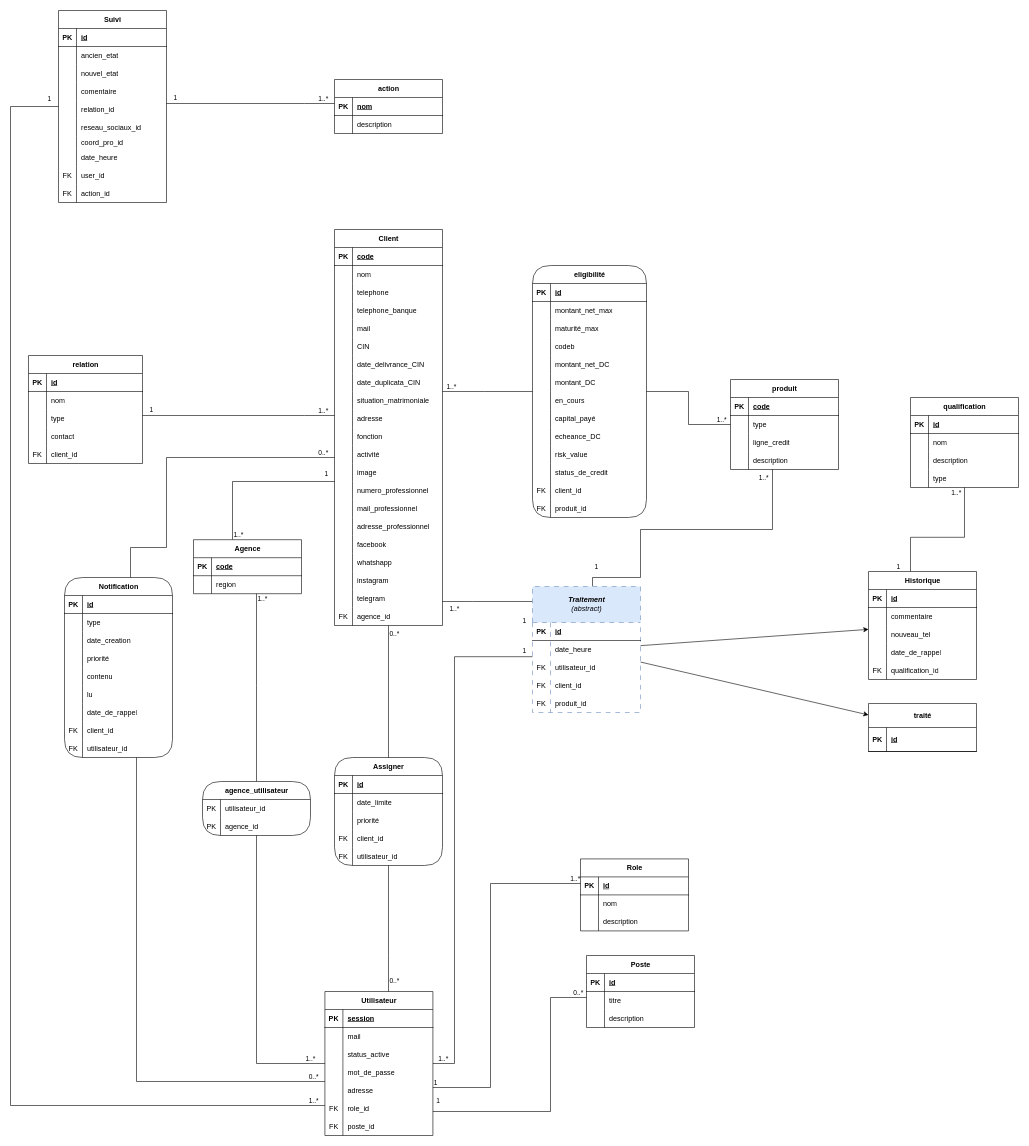
34arsonEddy/ABM keeps this draw.io diagram as presentationMCD-ABM-BLIPP.drawio. Above is the earlier version. Source tidied: cells renumbered, new cells numbered last; positions are measured from the earlier drawing's top-left corner, leaving out a move shared by most shapes. Both pictures are drawn from the tidied source at 60%, with x=0, y=0 at pixel (10, 10).
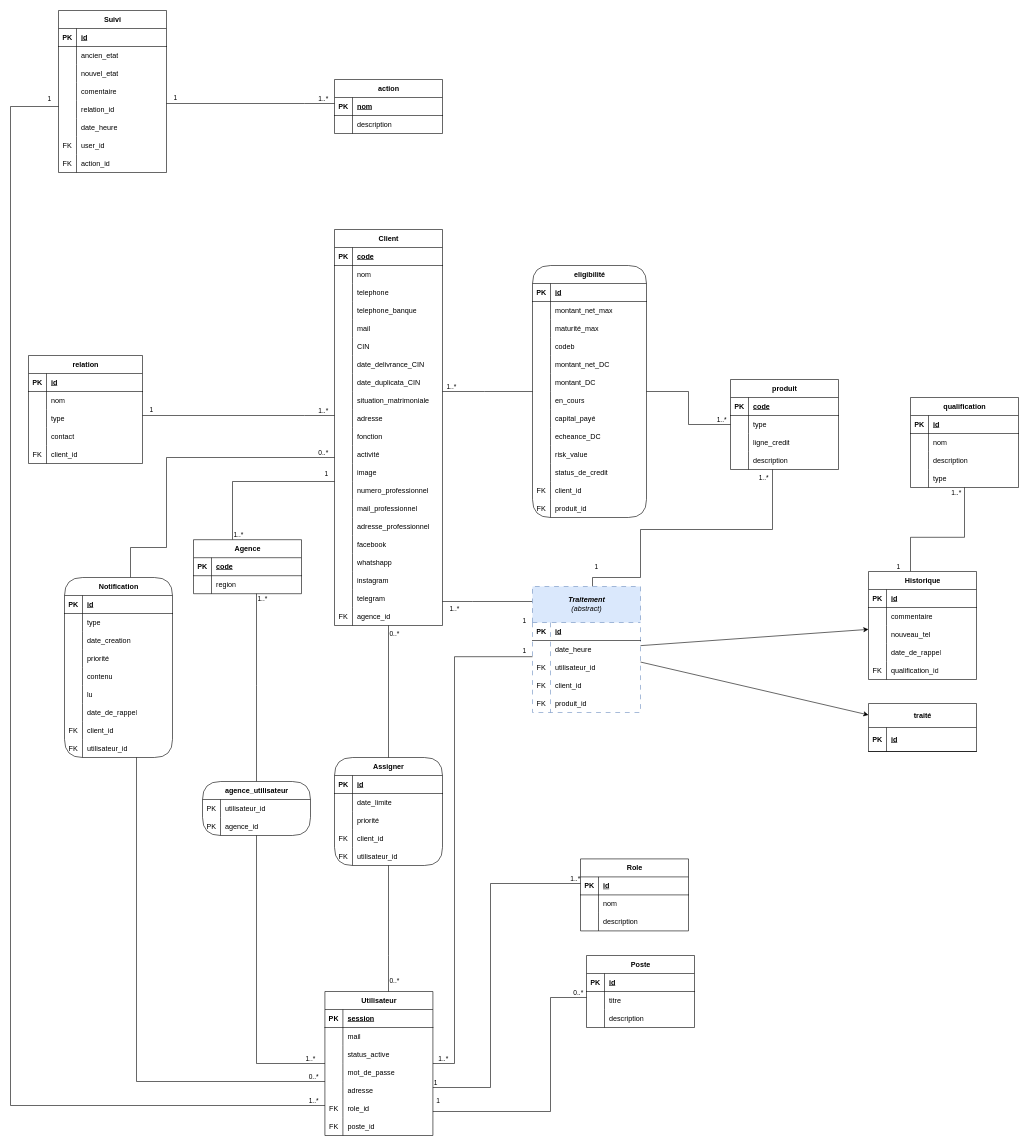
After the change.

Commit message (it also covers changes not shown here):
Mettre à jour presentationMCD-ABM-BLIPP.drawio

What changed in the source:
```diff
@@
     <mxCell id="35" value="Suivi" style="shape=table;startSize=30;childLayout=tableLayout;rowLines=0;fontStyle=1;align=center;html=1;" parent="1" vertex="1">
-      <mxGeometry x="80" width="180" height="320" as="geometry" />
+      <mxGeometry x="80" width="180" height="270" as="geometry" />
     </mxCell>
@@
-    <mxCell id="51" style="shape=tableRow;horizontal=0;startSize=0;swimlaneHead=0;swimlaneBody=0;fillColor=none;top=0;left=0;right=0;bottom=0;" parent="35" vertex="1">
-      <mxGeometry y="180" width="180" height="30" as="geometry" />
-    </mxCell>
-    <mxCell id="52" style="shape=partialRectangle;fillColor=none;top=0;left=0;bottom=0;right=0;overflow=hidden;whiteSpace=wrap;html=1;" parent="51" vertex="1">
-      <mxGeometry width="30" height="30" as="geometry" />
-    </mxCell>
-    <mxCell id="53" value="reseau_sociaux_id" style="shape=partialRectangle;fillColor=none;top=0;left=0;bottom=0;right=0;align=left;spacingLeft=6;overflow=hidden;whiteSpace=wrap;html=1;" parent="51" vertex="1">
-      <mxGeometry x="30" width="150" height="30" as="geometry" />
-    </mxCell>
-    <mxCell id="54" style="shape=tableRow;horizontal=0;startSize=0;swimlaneHead=0;swimlaneBody=0;fillColor=none;top=0;left=0;right=0;bottom=0;" parent="35" vertex="1">
-      <mxGeometry y="210" width="180" height="20" as="geometry" />
-    </mxCell>
-    <mxCell id="55" style="shape=partialRectangle;fillColor=none;top=0;left=0;bottom=0;right=0;overflow=hidden;whiteSpace=wrap;html=1;" parent="54" vertex="1">
-      <mxGeometry width="30" height="20" as="geometry" />
-    </mxCell>
-    <mxCell id="56" value="coord_pro_id" style="shape=partialRectangle;fillColor=none;top=0;left=0;bottom=0;right=0;align=left;spacingLeft=6;overflow=hidden;whiteSpace=wrap;html=1;" parent="54" vertex="1">
-      <mxGeometry x="30" width="150" height="20" as="geometry" />
-    </mxCell>
     <mxCell id="57" style="shape=tableRow;horizontal=0;startSize=0;swimlaneHead=0;swimlaneBody=0;fillColor=none;top=0;left=0;right=0;bottom=0;" parent="35" vertex="1">
-      <mxGeometry y="230" width="180" height="30" as="geometry" />
+      <mxGeometry y="180" width="180" height="30" as="geometry" />
     </mxCell>
@@
     <mxCell id="60" style="shape=tableRow;horizontal=0;startSize=0;swimlaneHead=0;swimlaneBody=0;fillColor=none;top=0;left=0;right=0;bottom=0;" parent="35" vertex="1">
-      <mxGeometry y="260" width="180" height="30" as="geometry" />
+      <mxGeometry y="210" width="180" height="30" as="geometry" />
     </mxCell>
@@
     <mxCell id="63" style="shape=tableRow;horizontal=0;startSize=0;swimlaneHead=0;swimlaneBody=0;fillColor=none;top=0;left=0;right=0;bottom=0;" parent="35" vertex="1">
-      <mxGeometry y="290" width="180" height="30" as="geometry" />
+      <mxGeometry y="240" width="180" height="30" as="geometry" />
     </mxCell>
```
